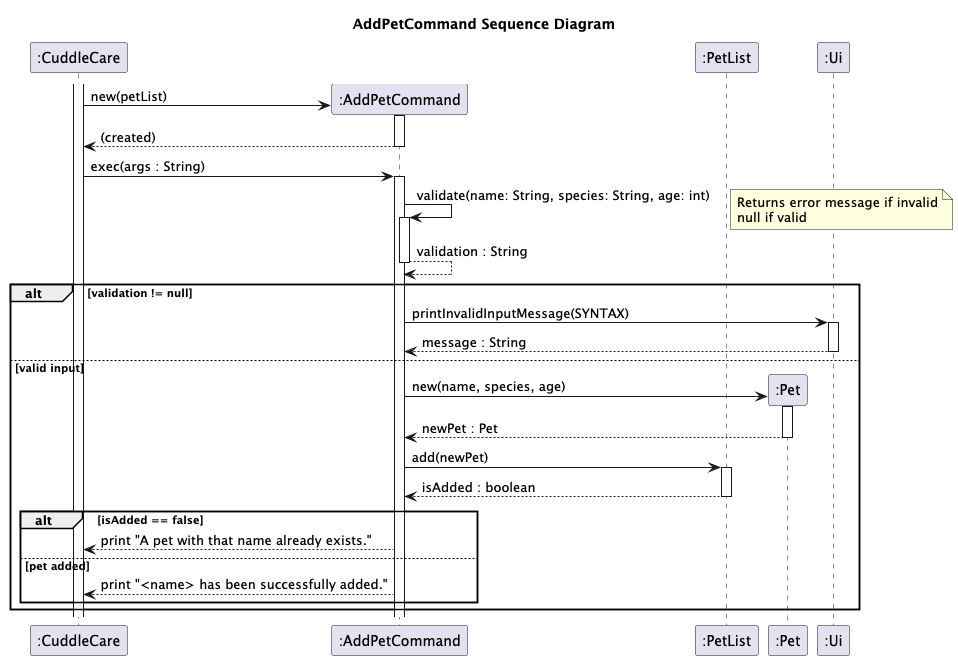
Earlier version of the PlantUML export docs/diagrams/AddPetCommand_Sequence_Diagram.png (Kevin88866/tp).
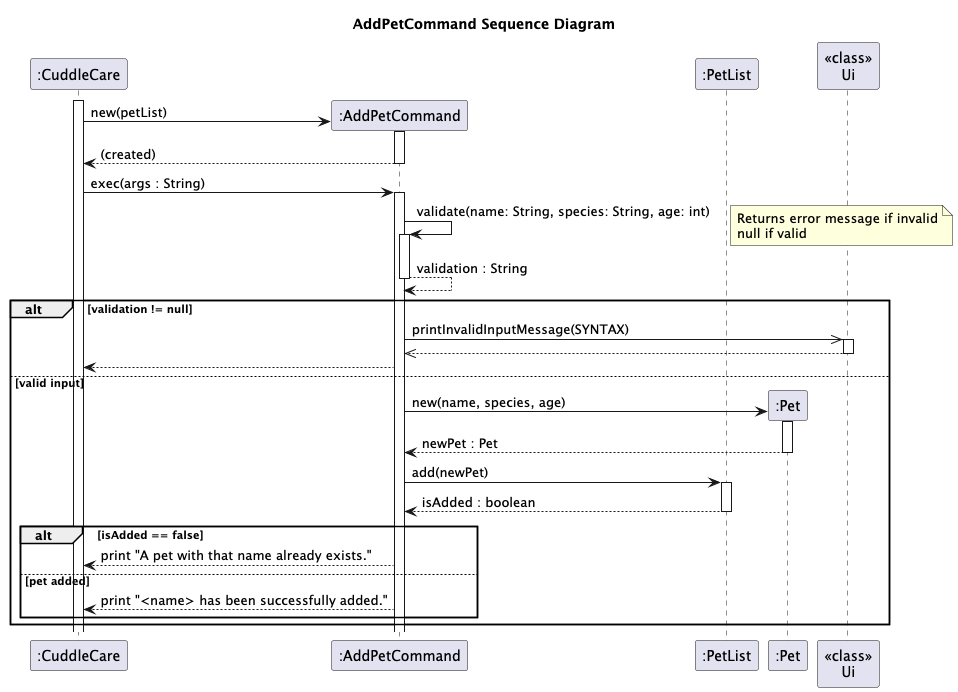
The same diagram one commit later.

Commit message:
Update add and delete pet diagrams

The edit, as a diff of the source:
```diff
@@ -5,7 +5,7 @@
 participant ":AddPetCommand" as AddPetCommand
 participant ":PetList" as PetList
 participant ":Pet" as Pet
-participant ":Ui" as Ui
+participant "<<class>>\nUi" as Ui
 
 activate CuddleCare
 
@@ -22,9 +22,10 @@
 return validation : String
 
 alt validation != null
-    AddPetCommand -> Ui : printInvalidInputMessage(SYNTAX)
+    AddPetCommand ->> Ui : printInvalidInputMessage(SYNTAX)
     activate Ui
-    return message : String
+    return
+    AddPetCommand --> CuddleCare
 else valid input
     AddPetCommand -> Pet** : new(name, species, age)
     activate Pet
```
